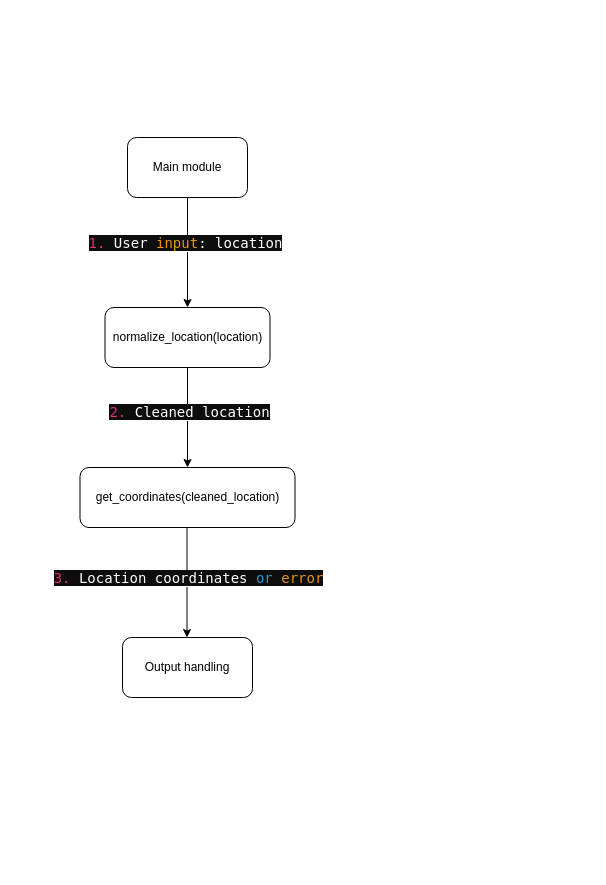
Above: page "Pagina-1" (1 of 2) of Diagramma senza titolo.drawio in EricaAndreose/LaboratorySPM (draw.io), before the change. Source tidied: cells renumbered, new cells numbered last; positions are measured from the earlier drawing's top-left corner, leaving out a move shared by most shapes. Both pictures are drawn from the tidied source at 100%, with x=0, y=0 at pixel (79, 137).
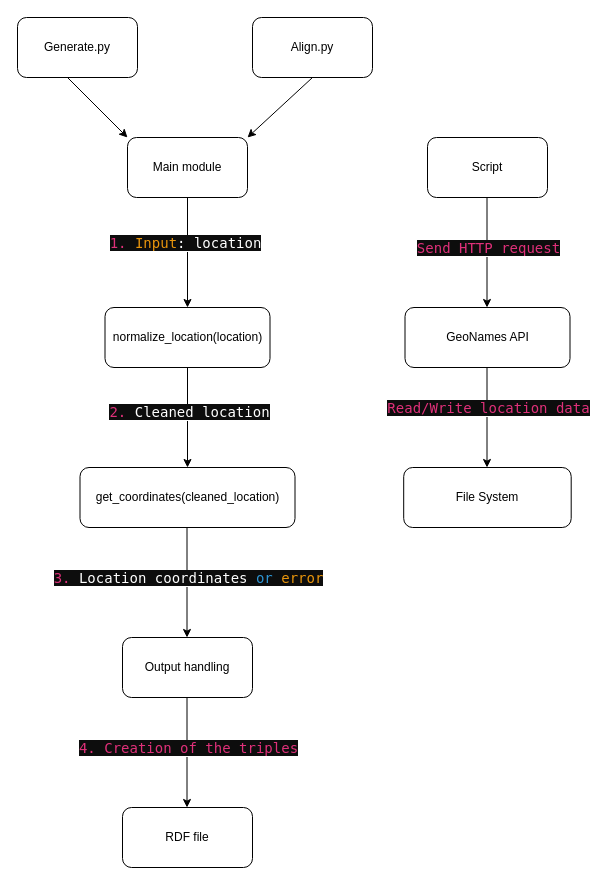
The same diagram, later.

The change refers to these unchanged cells:
```xml
<mxCell id="2" value="Main module" style="rounded=1;whiteSpace=wrap;html=1;" parent="1" vertex="1">
  <mxGeometry x="48" width="120" height="60" as="geometry" />
</mxCell>
<mxCell id="3" style="endArrow=classic;html=1;rounded=0;exitX=0.5;exitY=1;exitDx=0;exitDy=0;entryX=0.5;entryY=0;entryDx=0;entryDy=0;" parent="1" edge="1" source="2" target="5">
  <mxGeometry relative="1" as="geometry" />
</mxCell>
```

What changed in the source:
```diff
@@
-    <mxCell id="4" value="&lt;span style=&quot;border: 0px solid rgb(227, 227, 227); box-sizing: border-box; --tw-border-spacing-x: 0; --tw-border-spacing-y: 0; --tw-translate-x: 0; --tw-translate-y: 0; --tw-rotate: 0; --tw-skew-x: 0; --tw-skew-y: 0; --tw-scale-x: 1; --tw-scale-y: 1; --tw-pan-x: ; --tw-pan-y: ; --tw-pinch-zoom: ; --tw-scroll-snap-strictness: proximity; --tw-gradient-from-position: ; --tw-gradient-via-position: ; --tw-gradient-to-position: ; --tw-ordinal: ; --tw-slashed-zero: ; --tw-numeric-figure: ; --tw-numeric-spacing: ; --tw-numeric-fraction: ; --tw-ring-inset: ; --tw-ring-offset-width: 0px; --tw-ring-offset-color: #fff; --tw-ring-color: rgba(69,89,164,.5); --tw-ring-offset-shadow: 0 0 transparent; --tw-ring-shadow: 0 0 transparent; --tw-shadow: 0 0 transparent; --tw-shadow-colored: 0 0 transparent; --tw-blur: ; --tw-brightness: ; --tw-contrast: ; --tw-grayscale: ; --tw-hue-rotate: ; --tw-invert: ; --tw-saturate: ; --tw-sepia: ; --tw-drop-shadow: ; --tw-backdrop-blur: ; --tw-backdrop-brightness: ; --tw-backdrop-contrast: ; --tw-backdrop-grayscale: ; --tw-backdrop-hue-rotate: ; --tw-backdrop-invert: ; --tw-backdrop-opacity: ; --tw-backdrop-saturate: ; --tw-backdrop-sepia: ; color: rgb(223, 48, 121); font-family: &amp;quot;Söhne Mono&amp;quot;, Monaco, &amp;quot;Andale Mono&amp;quot;, &amp;quot;Ubuntu Mono&amp;quot;, monospace; font-size: 14px; text-align: left; white-space-collapse: preserve; background-color: rgb(13, 13, 13);&quot; class=&quot;hljs-number&quot;&gt;1.&lt;/span&gt;&lt;span style=&quot;color: rgb(255, 255, 255); font-family: &amp;quot;Söhne Mono&amp;quot;, Monaco, &amp;quot;Andale Mono&amp;quot;, &amp;quot;Ubuntu Mono&amp;quot;, monospace; font-size: 14px; text-align: left; white-space-collapse: preserve; background-color: rgb(13, 13, 13);&quot;&gt; User &lt;/span&gt;&lt;span style=&quot;border: 0px solid rgb(227, 227, 227); box-sizing: border-box; --tw-border-spacing-x: 0; --tw-border-spacing-y: 0; --tw-translate-x: 0; --tw-translate-y: 0; --tw-rotate: 0; --tw-skew-x: 0; --tw-skew-y: 0; --tw-scale-x: 1; --tw-scale-y: 1; --tw-pan-x: ; --tw-pan-y: ; --tw-pinch-zoom: ; --tw-scroll-snap-strictness: proximity; --tw-gradient-from-position: ; --tw-gradient-via-position: ; --tw-gradient-to-position: ; --tw-ordinal: ; --tw-slashed-zero: ; --tw-numeric-figure: ; --tw-numeric-spacing: ; --tw-numeric-fraction: ; --tw-ring-inset: ; --tw-ring-offset-width: 0px; --tw-ring-offset-color: #fff; --tw-ring-color: rgba(69,89,164,.5); --tw-ring-offset-shadow: 0 0 transparent; --tw-ring-shadow: 0 0 transparent; --tw-shadow: 0 0 transparent; --tw-shadow-colored: 0 0 transparent; --tw-blur: ; --tw-brightness: ; --tw-contrast: ; --tw-grayscale: ; --tw-hue-rotate: ; --tw-invert: ; --tw-saturate: ; --tw-sepia: ; --tw-drop-shadow: ; --tw-backdrop-blur: ; --tw-backdrop-brightness: ; --tw-backdrop-contrast: ; --tw-backdrop-grayscale: ; --tw-backdrop-hue-rotate: ; --tw-backdrop-invert: ; --tw-backdrop-opacity: ; --tw-backdrop-saturate: ; --tw-backdrop-sepia: ; color: rgb(233, 149, 12); font-family: &amp;quot;Söhne Mono&amp;quot;, Monaco, &amp;quot;Andale Mono&amp;quot;, &amp;quot;Ubuntu Mono&amp;quot;, monospace; font-size: 14px; text-align: left; white-space-collapse: preserve; background-color: rgb(13, 13, 13);&quot; class=&quot;hljs-built_in&quot;&gt;input&lt;/span&gt;&lt;span style=&quot;color: rgb(255, 255, 255); font-family: &amp;quot;Söhne Mono&amp;quot;, Monaco, &amp;quot;Andale Mono&amp;quot;, &amp;quot;Ubuntu Mono&amp;quot;, monospace; font-size: 14px; text-align: left; white-space-collapse: preserve; background-color: rgb(13, 13, 13);&quot;&gt;: location&lt;/span&gt;" style="edgeLabel;html=1;align=center;verticalAlign=middle;" parent="3" vertex="1">
+    <mxCell id="4" value="&lt;span style=&quot;border: 0px solid rgb(227, 227, 227); box-sizing: border-box; --tw-border-spacing-x: 0; --tw-border-spacing-y: 0; --tw-translate-x: 0; --tw-translate-y: 0; --tw-rotate: 0; --tw-skew-x: 0; --tw-skew-y: 0; --tw-scale-x: 1; --tw-scale-y: 1; --tw-pan-x: ; --tw-pan-y: ; --tw-pinch-zoom: ; --tw-scroll-snap-strictness: proximity; --tw-gradient-from-position: ; --tw-gradient-via-position: ; --tw-gradient-to-position: ; --tw-ordinal: ; --tw-slashed-zero: ; --tw-numeric-figure: ; --tw-numeric-spacing: ; --tw-numeric-fraction: ; --tw-ring-inset: ; --tw-ring-offset-width: 0px; --tw-ring-offset-color: #fff; --tw-ring-color: rgba(69,89,164,.5); --tw-ring-offset-shadow: 0 0 transparent; --tw-ring-shadow: 0 0 transparent; --tw-shadow: 0 0 transparent; --tw-shadow-colored: 0 0 transparent; --tw-blur: ; --tw-brightness: ; --tw-contrast: ; --tw-grayscale: ; --tw-hue-rotate: ; --tw-invert: ; --tw-saturate: ; --tw-sepia: ; --tw-drop-shadow: ; --tw-backdrop-blur: ; --tw-backdrop-brightness: ; --tw-backdrop-contrast: ; --tw-backdrop-grayscale: ; --tw-backdrop-hue-rotate: ; --tw-backdrop-invert: ; --tw-backdrop-opacity: ; --tw-backdrop-saturate: ; --tw-backdrop-sepia: ; color: rgb(223, 48, 121); font-family: &amp;quot;Söhne Mono&amp;quot;, Monaco, &amp;quot;Andale Mono&amp;quot;, &amp;quot;Ubuntu Mono&amp;quot;, monospace; font-size: 14px; text-align: left; white-space-collapse: preserve; background-color: rgb(13, 13, 13);&quot; class=&quot;hljs-number&quot;&gt;1.&lt;/span&gt;&lt;span style=&quot;color: rgb(255, 255, 255); font-family: &amp;quot;Söhne Mono&amp;quot;, Monaco, &amp;quot;Andale Mono&amp;quot;, &amp;quot;Ubuntu Mono&amp;quot;, monospace; font-size: 14px; text-align: left; white-space-collapse: preserve; background-color: rgb(13, 13, 13);&quot;&gt; &lt;/span&gt;&lt;span style=&quot;font-family: &amp;quot;Söhne Mono&amp;quot;, Monaco, &amp;quot;Andale Mono&amp;quot;, &amp;quot;Ubuntu Mono&amp;quot;, monospace; font-size: 14px; text-align: left; white-space-collapse: preserve; background-color: rgb(13, 13, 13);&quot;&gt;&lt;font color=&quot;#e9950c&quot;&gt;Input&lt;/font&gt;&lt;/span&gt;&lt;span style=&quot;color: rgb(255, 255, 255); font-family: &amp;quot;Söhne Mono&amp;quot;, Monaco, &amp;quot;Andale Mono&amp;quot;, &amp;quot;Ubuntu Mono&amp;quot;, monospace; font-size: 14px; text-align: left; white-space-collapse: preserve; background-color: rgb(13, 13, 13);&quot;&gt;: location&lt;/span&gt;" style="edgeLabel;html=1;align=center;verticalAlign=middle;" parent="3" vertex="1">
       <mxGeometry x="-0.19" y="-3" relative="1" as="geometry" />
     </mxCell>
@@
+    <mxCell id="12" value="Script" style="rounded=1;whiteSpace=wrap;html=1;" parent="1" vertex="1">
+      <mxGeometry x="348" width="120" height="60" as="geometry" />
+    </mxCell>
+    <mxCell id="13" value="&lt;div style=&quot;text-align: left;&quot;&gt;GeoNames API&lt;/div&gt;" style="rounded=1;whiteSpace=wrap;html=1;" parent="1" vertex="1">
+      <mxGeometry x="325.5" y="170" width="165" height="60" as="geometry" />
+    </mxCell>
+    <mxCell id="14" value="&lt;div style=&quot;text-align: left;&quot;&gt;File System&lt;/div&gt;" style="rounded=1;whiteSpace=wrap;html=1;" parent="1" vertex="1">
+      <mxGeometry x="324.2" y="330" width="167.5" height="60" as="geometry" />
+    </mxCell>
+    <mxCell id="15" style="endArrow=classic;html=1;rounded=0;exitX=0.5;exitY=1;exitDx=0;exitDy=0;entryX=0.5;entryY=0;entryDx=0;entryDy=0;" parent="1" edge="1">
+      <mxGeometry relative="1" as="geometry">
+        <mxPoint x="407.5" y="60" as="sourcePoint" />
+        <mxPoint x="407.5" y="170" as="targetPoint" />
+      </mxGeometry>
+    </mxCell>
+    <mxCell id="16" value="&lt;div style=&quot;text-align: left;&quot;&gt;&lt;font face=&quot;Söhne Mono, Monaco, Andale Mono, Ubuntu Mono, monospace&quot; color=&quot;#df3079&quot;&gt;&lt;span style=&quot;font-size: 14px; white-space-collapse: preserve; background-color: rgb(13, 13, 13);&quot;&gt;Send HTTP request&lt;/span&gt;&lt;/font&gt;&lt;/div&gt;" style="edgeLabel;html=1;align=center;verticalAlign=middle;" parent="15" vertex="1">
+      <mxGeometry x="-0.19" y="-3" relative="1" as="geometry">
+        <mxPoint x="4" y="5" as="offset" />
+      </mxGeometry>
+    </mxCell>
+    <mxCell id="17" style="endArrow=classic;html=1;rounded=0;exitX=0.5;exitY=1;exitDx=0;exitDy=0;" parent="1" edge="1">
+      <mxGeometry relative="1" as="geometry">
+        <mxPoint x="407.5" y="230" as="sourcePoint" />
+        <mxPoint x="407.5" y="330" as="targetPoint" />
+      </mxGeometry>
+    </mxCell>
+    <mxCell id="18" value="&lt;div style=&quot;text-align: left;&quot;&gt;&lt;font face=&quot;Söhne Mono, Monaco, Andale Mono, Ubuntu Mono, monospace&quot; color=&quot;#df3079&quot;&gt;&lt;span style=&quot;font-size: 14px; white-space-collapse: preserve; background-color: rgb(13, 13, 13);&quot;&gt;Read/Write location data&lt;/span&gt;&lt;/font&gt;&lt;/div&gt;" style="edgeLabel;html=1;align=center;verticalAlign=middle;" parent="1" vertex="1">
+      <mxGeometry x="408" y="270" as="geometry" />
+    </mxCell>
+    <mxCell id="19" value="Generate.py" style="rounded=1;whiteSpace=wrap;html=1;" parent="1" vertex="1">
+      <mxGeometry x="-62" y="-120" width="120" height="60" as="geometry" />
+    </mxCell>
+    <mxCell id="20" value="Align.py" style="rounded=1;whiteSpace=wrap;html=1;" parent="1" vertex="1">
+      <mxGeometry x="173" y="-120" width="120" height="60" as="geometry" />
+    </mxCell>
+    <mxCell id="21" style="endArrow=classic;html=1;rounded=0;exitX=0.5;exitY=1;exitDx=0;exitDy=0;entryX=0;entryY=0;entryDx=0;entryDy=0;" parent="1" edge="1" target="2">
+      <mxGeometry relative="1" as="geometry">
+        <mxPoint x="-12" y="-60" as="sourcePoint" />
+      </mxGeometry>
+    </mxCell>
+    <mxCell id="22" style="endArrow=classic;html=1;rounded=0;exitX=0.5;exitY=1;exitDx=0;exitDy=0;entryX=1;entryY=0;entryDx=0;entryDy=0;" parent="1" edge="1" source="20" target="2">
+      <mxGeometry relative="1" as="geometry" />
+    </mxCell>
+    <mxCell id="23" style="endArrow=classic;html=1;rounded=0;exitX=0.5;exitY=1;exitDx=0;exitDy=0;" parent="1" edge="1">
+      <mxGeometry relative="1" as="geometry">
+        <mxPoint x="107.5" y="560" as="sourcePoint" />
+        <mxPoint x="107.5" y="670" as="targetPoint" />
+      </mxGeometry>
+    </mxCell>
+    <mxCell id="24" value="&lt;div style=&quot;text-align: left;&quot;&gt;&lt;font face=&quot;Söhne Mono, Monaco, Andale Mono, Ubuntu Mono, monospace&quot; color=&quot;#df3079&quot;&gt;&lt;span style=&quot;font-size: 14px; white-space-collapse: preserve; background-color: rgb(13, 13, 13);&quot;&gt;4. Creation of the triples&lt;/span&gt;&lt;/font&gt;&lt;/div&gt;" style="edgeLabel;html=1;align=center;verticalAlign=middle;" parent="23" vertex="1">
+      <mxGeometry x="0.32" y="-3" relative="1" as="geometry">
+        <mxPoint x="4" y="-23" as="offset" />
+      </mxGeometry>
+    </mxCell>
+    <mxCell id="25" value="&lt;div style=&quot;text-align: left;&quot;&gt;RDF file&lt;/div&gt;" style="rounded=1;whiteSpace=wrap;html=1;" parent="1" vertex="1">
+      <mxGeometry x="43" y="670" width="130" height="60" as="geometry" />
+    </mxCell>
```
